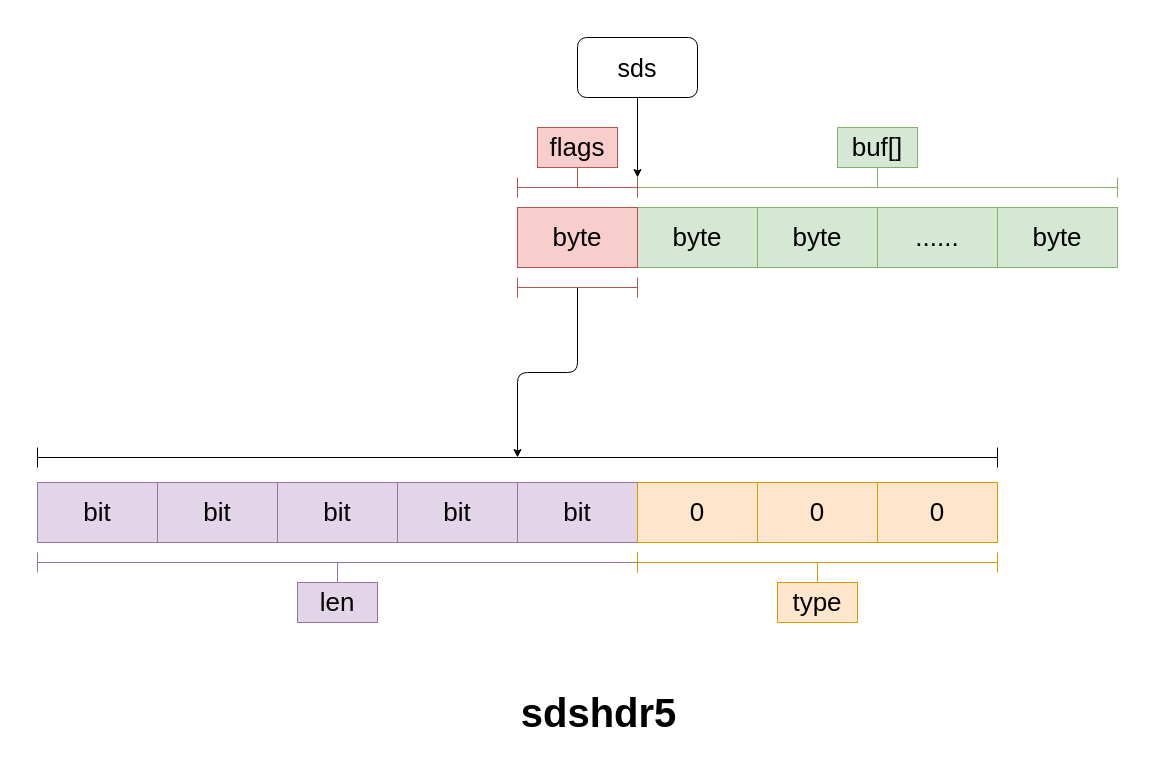
Above: page "sdshdr5" (2 of 4) of Redis/diagrams/string.drawio in smilerfu/MarkDown (draw.io), before the change. Source tidied: cells renumbered, new cells numbered last; positions are measured from the earlier drawing's top-left corner, leaving out a move shared by most shapes. Both pictures are drawn from the tidied source at 100%, with x=0, y=0 at pixel (37, 37).
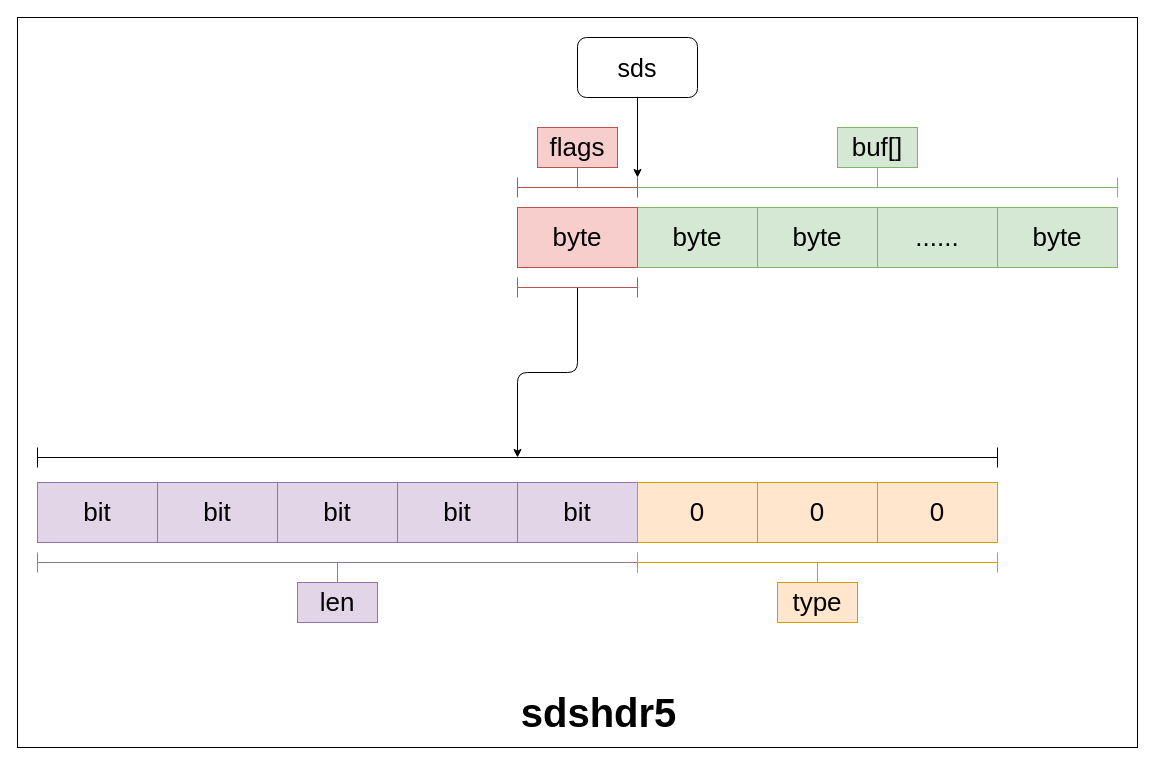
Above is the later version.

Change to the diagram source:
```diff
@@
+    <mxCell id="33" style="rounded=0;whiteSpace=wrap;html=1;" parent="1" vertex="1">
+      <mxGeometry x="-20" y="-20" width="1120" height="730" as="geometry" />
+    </mxCell>
```
